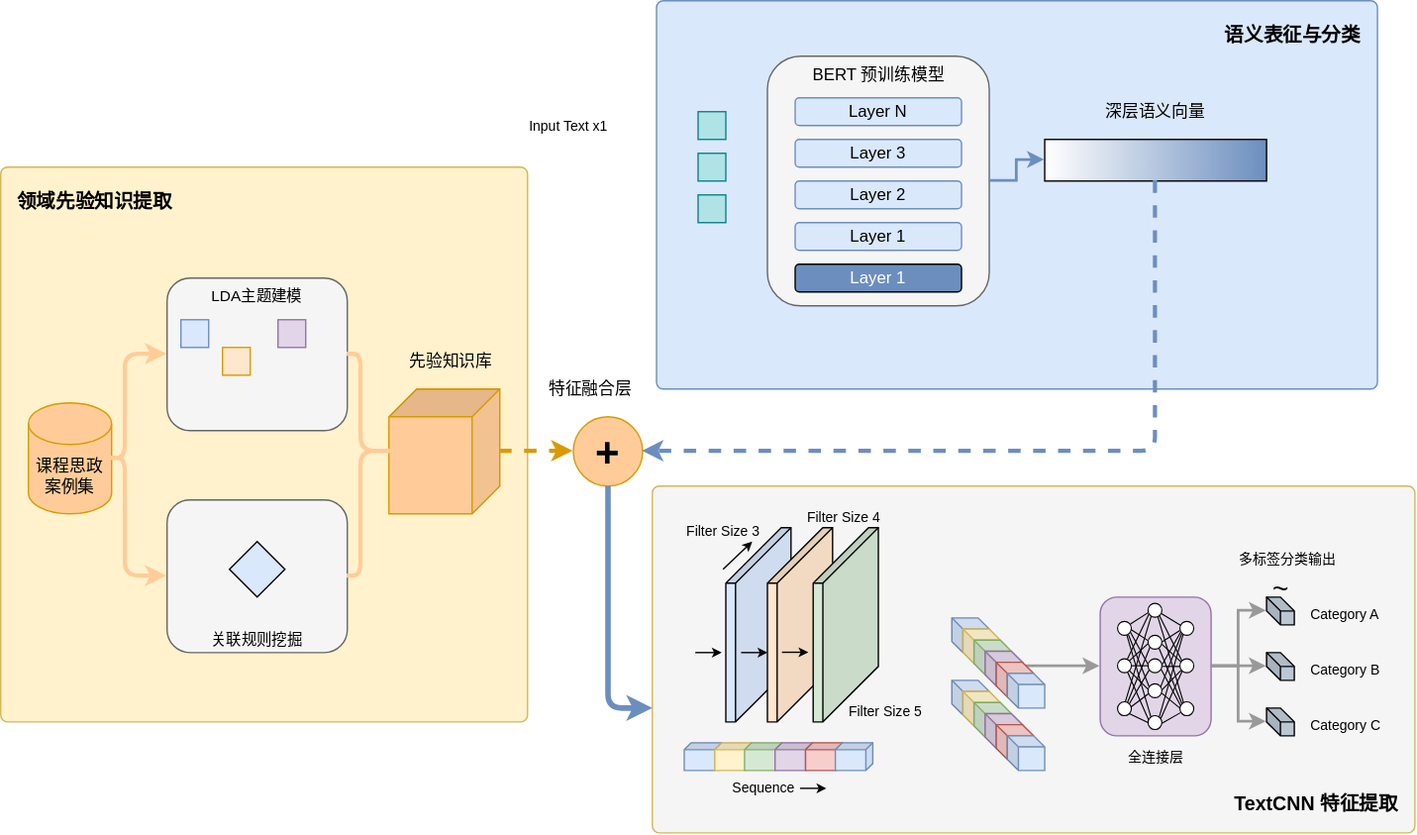
The draw.io diagram 1.16小论文（思政元素）模型架构图.drawio.svg in handsome-tony/picture, before a commit. Source tidied: cells renumbered, new cells last; positions are measured from the earlier drawing's top-left corner, leaving out a move shared by most shapes.
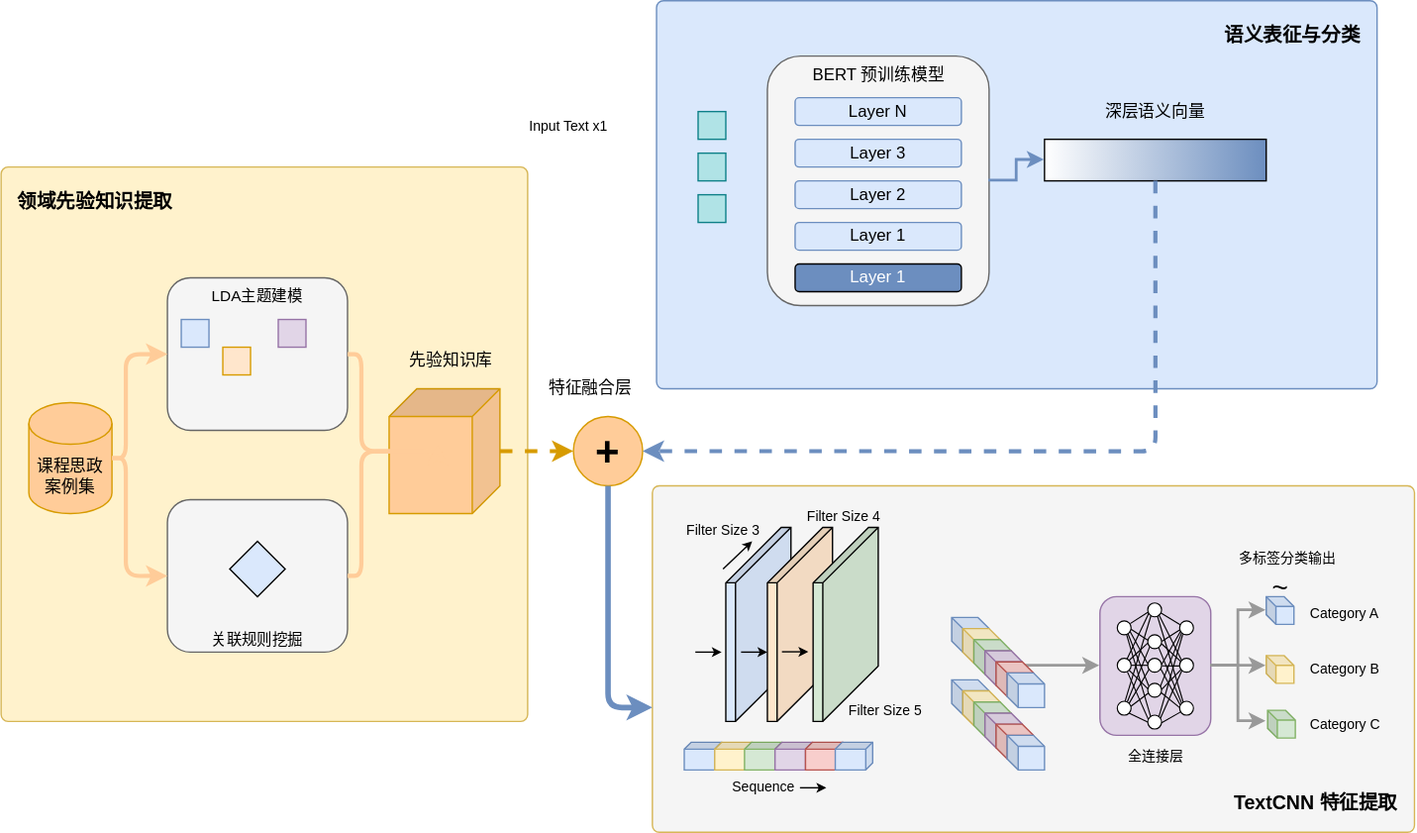
Above is the later version.

Commit message:
更新1.16小论文（思政元素）模型架构图.drawio.svg

Change to the diagram source:
```diff
@@ -153,15 +153,9 @@
     <mxCell id="42" value="全连接层" style="text;html=1;align=center;verticalAlign=middle;fontSize=10;" parent="1" vertex="1">
       <mxGeometry x="793" y="530" width="80" height="30" as="geometry" />
     </mxCell>
-    <mxCell id="43" style="shape=cube;whiteSpace=wrap;html=1;boundedLbl=1;backgroundOutline=1;size=10;fillColor=#bac8d3;darkOpacity=0.05;darkOpacity2=0.1;" parent="1" vertex="1">
+    <mxCell id="43" style="shape=cube;whiteSpace=wrap;html=1;boundedLbl=1;backgroundOutline=1;size=7;fillColor=#dae8fc;darkOpacity=0.05;darkOpacity2=0.1;strokeColor=#6c8ebf;" parent="1" vertex="1">
       <mxGeometry x="913" y="430" width="20" height="20" as="geometry" />
     </mxCell>
-    <mxCell id="44" style="shape=cube;whiteSpace=wrap;html=1;boundedLbl=1;backgroundOutline=1;size=10;fillColor=#bac8d3;darkOpacity=0.05;darkOpacity2=0.1;" parent="1" vertex="1">
-      <mxGeometry x="913" y="470" width="20" height="20" as="geometry" />
-    </mxCell>
-    <mxCell id="45" style="shape=cube;whiteSpace=wrap;html=1;boundedLbl=1;backgroundOutline=1;size=10;fillColor=#bac8d3;darkOpacity=0.05;darkOpacity2=0.1;" parent="1" vertex="1">
-      <mxGeometry x="913" y="510" width="20" height="20" as="geometry" />
-    </mxCell>
     <mxCell id="46" value="Category A" style="text;html=1;fontSize=10;" parent="1" vertex="1">
       <mxGeometry x="943" y="430" width="60" height="20" as="geometry" />
     </mxCell>
@@ -190,11 +184,14 @@
         </Array>
       </mxGeometry>
     </mxCell>
-    <mxCell id="53" style="edgeStyle=orthogonalEdgeStyle;rounded=0;jettySize=auto;html=1;strokeColor=#999999;strokeWidth=2;" parent="1" edge="1" source="41" target="44">
-      <mxGeometry relative="1" as="geometry" />
+    <mxCell id="53" style="edgeStyle=orthogonalEdgeStyle;rounded=0;jettySize=auto;html=1;strokeColor=#999999;strokeWidth=2;" parent="1" edge="1" source="41">
+      <mxGeometry relative="1" as="geometry">
+        <mxPoint x="913" y="480" as="targetPoint" />
+      </mxGeometry>
     </mxCell>
-    <mxCell id="54" style="edgeStyle=orthogonalEdgeStyle;rounded=0;jettySize=auto;html=1;strokeColor=#999999;strokeWidth=2;" parent="1" edge="1" source="41" target="45">
+    <mxCell id="54" style="edgeStyle=orthogonalEdgeStyle;rounded=0;jettySize=auto;html=1;strokeColor=#999999;strokeWidth=2;" parent="1" edge="1" source="41">
       <mxGeometry relative="1" as="geometry">
+        <mxPoint x="913" y="520" as="targetPoint" />
         <Array as="points">
           <mxPoint x="893" y="480" />
           <mxPoint x="893" y="520" />
@@ -440,5 +437,11 @@
         <mxPoint x="834.5" y="444" as="targetPoint" />
       </mxGeometry>
     </mxCell>
+    <mxCell id="123" style="shape=cube;whiteSpace=wrap;html=1;boundedLbl=1;backgroundOutline=1;size=7;fillColor=#fff2cc;darkOpacity=0.05;darkOpacity2=0.1;strokeColor=#d6b656;" parent="1" vertex="1">
+      <mxGeometry x="913" y="472.5" width="20" height="20" as="geometry" />
+    </mxCell>
+    <mxCell id="124" style="shape=cube;whiteSpace=wrap;html=1;boundedLbl=1;backgroundOutline=1;size=7;fillColor=#d5e8d4;darkOpacity=0.05;darkOpacity2=0.1;strokeColor=#82b366;" parent="1" vertex="1">
+      <mxGeometry x="914" y="512" width="20" height="20" as="geometry" />
+    </mxCell>
   </root>
 </mxGraphModel>
```
